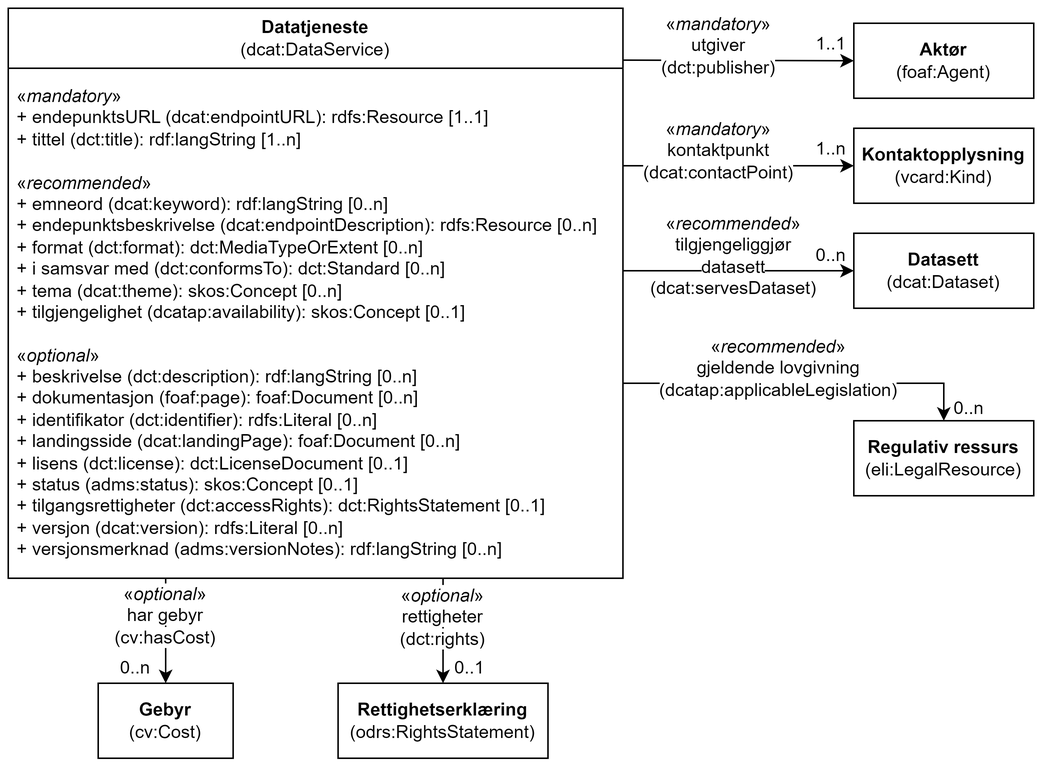
Informasjonsforvaltning/dcat-ap-no keeps this draw.io diagram as docs/images/Klassen-Datatjeneste.png. Above is the earlier version. Source tidied: cells renumbered, new cells last; positions are measured from the earlier drawing's top-left corner, leaving out a move shared by most shapes.
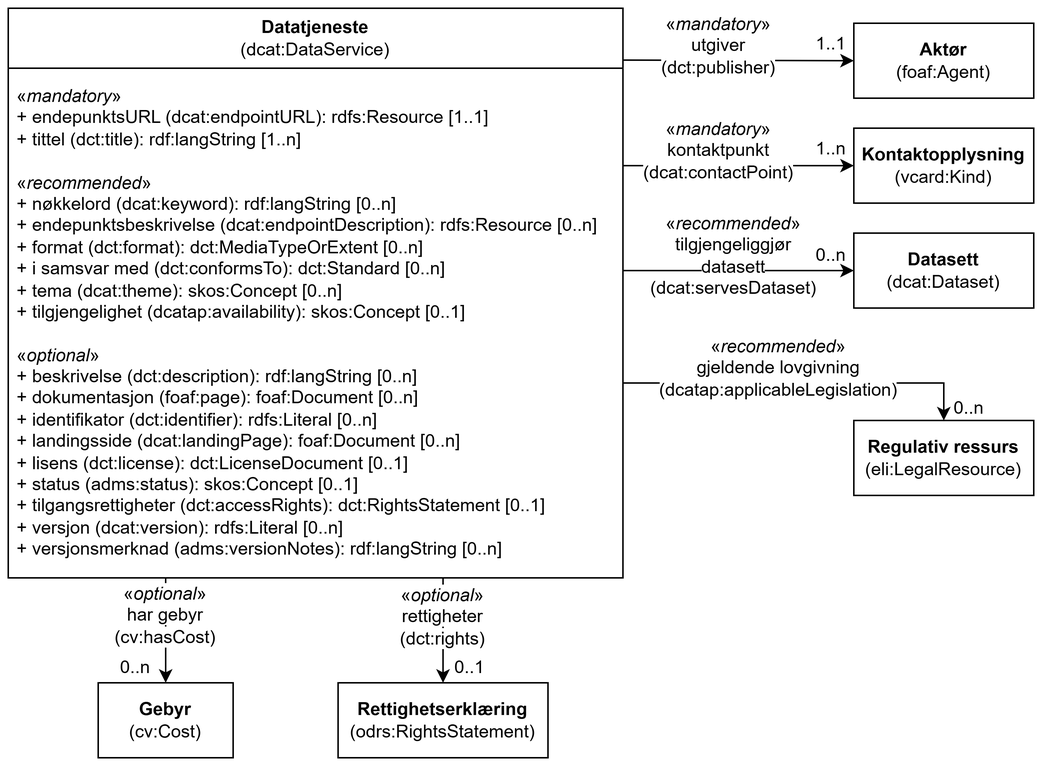
After the change.

Commit message:
"emneord" -> "Nøkkelord" i tegningene også

Change to the diagram source:
```diff
@@ -8,7 +8,7 @@
     <mxCell id="3" value="Datatjeneste&lt;br&gt;&lt;span style=&quot;font-weight: normal;&quot;&gt;(dcat:DataService)&lt;/span&gt;" style="swimlane;whiteSpace=wrap;html=1;startSize=40;" parent="1" vertex="1">
       <mxGeometry width="410" height="380" as="geometry" />
     </mxCell>
-    <mxCell id="4" value="«&lt;i style=&quot;&quot;&gt;mandatory&lt;/i&gt;»&lt;br&gt;&lt;div&gt;+ endepunktsURL (dcat:endpointURL): rdfs:Resource [1..1]&lt;/div&gt;&lt;div&gt;+ tittel (dct:title): rdf:langString [1..n]&lt;br&gt;&lt;/div&gt;&lt;div&gt;&lt;br&gt;&lt;/div&gt;&lt;div&gt;&lt;div style=&quot;border-color: var(--border-color);&quot;&gt;«&lt;i style=&quot;border-color: var(--border-color);&quot;&gt;recommended&lt;/i&gt;»&lt;/div&gt;&lt;div style=&quot;border-color: var(--border-color);&quot;&gt;+ emneord (dcat:keyword):&amp;nbsp;rdf:langString&amp;nbsp;[0..n]&lt;br&gt;&lt;/div&gt;&lt;div style=&quot;border-color: var(--border-color);&quot;&gt;+ endepunktsbeskrivelse (dcat:endpointDescription): rdfs:Resource [0..n]&lt;/div&gt;&lt;div style=&quot;border-color: var(--border-color);&quot;&gt;+ format (dct:format): dct:MediaTypeOrExtent [0..n]&lt;/div&gt;&lt;div style=&quot;border-color: var(--border-color);&quot;&gt;+ i samsvar med (dct:conformsTo): dct:Standard [0..n]&lt;br&gt;&lt;/div&gt;&lt;/div&gt;&lt;div style=&quot;border-color: var(--border-color);&quot;&gt;+ tema (dcat:theme): skos:Concept [0..n]&lt;br&gt;&lt;/div&gt;&lt;div style=&quot;border-color: var(--border-color);&quot;&gt;+ tilgjengelighet (dcatap:availability): skos:Concept [0..1]&lt;br&gt;&lt;/div&gt;&lt;div style=&quot;border-color: var(--border-color);&quot;&gt;&lt;br&gt;&lt;/div&gt;&lt;div style=&quot;border-color: var(--border-color);&quot;&gt;&lt;div style=&quot;border-color: var(--border-color);&quot;&gt;«&lt;i style=&quot;border-color: var(--border-color);&quot;&gt;optional&lt;/i&gt;»&lt;/div&gt;&lt;div style=&quot;border-color: var(--border-color);&quot;&gt;+ beskrivelse (dct:description):&amp;nbsp;rdf:langString&amp;nbsp;[0..n]&lt;/div&gt;&lt;div style=&quot;border-color: var(--border-color);&quot;&gt;+&amp;nbsp;&lt;span style=&quot;border-color: var(--border-color);&quot;&gt;dokumentasjon (foaf:page): foaf:Document [0..n]&lt;/span&gt;&lt;br&gt;&lt;/div&gt;&lt;div&gt;+ identifikator (dct:identifier): rdfs:Literal [0..n]&lt;/div&gt;&lt;div style=&quot;border-color: var(--border-color);&quot;&gt;+ landingsside (dcat:landingPage): foaf:Document [0..n]&lt;br&gt;&lt;/div&gt;&lt;div style=&quot;border-color: var(--border-color);&quot;&gt;+ lisens (dct:license): dct:LicenseDocument [0..1]&lt;/div&gt;&lt;div style=&quot;border-color: var(--border-color);&quot;&gt;+ status (adms:status): skos:Concept [0..1]&lt;/div&gt;&lt;div style=&quot;border-color: var(--border-color);&quot;&gt;+ tilgangsrettigheter (dct:accessRights): dct:RightsStatement [0..1]&lt;/div&gt;&lt;div style=&quot;border-color: var(--border-color);&quot;&gt;+ versjon (dcat:version): rdfs:Literal [0..n]&lt;br style=&quot;border-color: var(--border-color);&quot;&gt;+ versjonsmerknad (adms:versionNotes):&amp;nbsp;rdf:langString&amp;nbsp;[0..n]&lt;br&gt;&lt;/div&gt;&lt;/div&gt;" style="text;strokeColor=none;fillColor=none;align=left;verticalAlign=top;spacingLeft=4;spacingRight=4;overflow=hidden;whiteSpace=wrap;html=1;fontStyle=0;" parent="3" vertex="1">
+    <mxCell id="4" value="«&lt;i style=&quot;&quot;&gt;mandatory&lt;/i&gt;»&lt;br&gt;&lt;div&gt;+ endepunktsURL (dcat:endpointURL): rdfs:Resource [1..1]&lt;/div&gt;&lt;div&gt;+ tittel (dct:title): rdf:langString [1..n]&lt;br&gt;&lt;/div&gt;&lt;div&gt;&lt;br&gt;&lt;/div&gt;&lt;div&gt;&lt;div style=&quot;border-color: var(--border-color);&quot;&gt;«&lt;i style=&quot;border-color: var(--border-color);&quot;&gt;recommended&lt;/i&gt;»&lt;/div&gt;&lt;div style=&quot;border-color: var(--border-color);&quot;&gt;+ nøkkelord (dcat:keyword):&amp;nbsp;rdf:langString&amp;nbsp;[0..n]&lt;br&gt;&lt;/div&gt;&lt;div style=&quot;border-color: var(--border-color);&quot;&gt;+ endepunktsbeskrivelse (dcat:endpointDescription): rdfs:Resource [0..n]&lt;/div&gt;&lt;div style=&quot;border-color: var(--border-color);&quot;&gt;+ format (dct:format): dct:MediaTypeOrExtent [0..n]&lt;/div&gt;&lt;div style=&quot;border-color: var(--border-color);&quot;&gt;+ i samsvar med (dct:conformsTo): dct:Standard [0..n]&lt;br&gt;&lt;/div&gt;&lt;/div&gt;&lt;div style=&quot;border-color: var(--border-color);&quot;&gt;+ tema (dcat:theme): skos:Concept [0..n]&lt;br&gt;&lt;/div&gt;&lt;div style=&quot;border-color: var(--border-color);&quot;&gt;+ tilgjengelighet (dcatap:availability): skos:Concept [0..1]&lt;br&gt;&lt;/div&gt;&lt;div style=&quot;border-color: var(--border-color);&quot;&gt;&lt;br&gt;&lt;/div&gt;&lt;div style=&quot;border-color: var(--border-color);&quot;&gt;&lt;div style=&quot;border-color: var(--border-color);&quot;&gt;«&lt;i style=&quot;border-color: var(--border-color);&quot;&gt;optional&lt;/i&gt;»&lt;/div&gt;&lt;div style=&quot;border-color: var(--border-color);&quot;&gt;+ beskrivelse (dct:description):&amp;nbsp;rdf:langString&amp;nbsp;[0..n]&lt;/div&gt;&lt;div style=&quot;border-color: var(--border-color);&quot;&gt;+&amp;nbsp;&lt;span style=&quot;border-color: var(--border-color);&quot;&gt;dokumentasjon (foaf:page): foaf:Document [0..n]&lt;/span&gt;&lt;br&gt;&lt;/div&gt;&lt;div&gt;+ identifikator (dct:identifier): rdfs:Literal [0..n]&lt;/div&gt;&lt;div style=&quot;border-color: var(--border-color);&quot;&gt;+ landingsside (dcat:landingPage): foaf:Document [0..n]&lt;br&gt;&lt;/div&gt;&lt;div style=&quot;border-color: var(--border-color);&quot;&gt;+ lisens (dct:license): dct:LicenseDocument [0..1]&lt;/div&gt;&lt;div style=&quot;border-color: var(--border-color);&quot;&gt;+ status (adms:status): skos:Concept [0..1]&lt;/div&gt;&lt;div style=&quot;border-color: var(--border-color);&quot;&gt;+ tilgangsrettigheter (dct:accessRights): dct:RightsStatement [0..1]&lt;/div&gt;&lt;div style=&quot;border-color: var(--border-color);&quot;&gt;+ versjon (dcat:version): rdfs:Literal [0..n]&lt;br style=&quot;border-color: var(--border-color);&quot;&gt;+ versjonsmerknad (adms:versionNotes):&amp;nbsp;rdf:langString&amp;nbsp;[0..n]&lt;br&gt;&lt;/div&gt;&lt;/div&gt;" style="text;strokeColor=none;fillColor=none;align=left;verticalAlign=top;spacingLeft=4;spacingRight=4;overflow=hidden;whiteSpace=wrap;html=1;fontStyle=0;" parent="3" vertex="1">
       <mxGeometry y="45" width="430" height="325" as="geometry" />
     </mxCell>
     <mxCell id="5" value="&lt;b&gt;Aktør&lt;br&gt;&lt;/b&gt;(foaf:Agent)" style="rounded=0;whiteSpace=wrap;html=1;" parent="1" vertex="1">
```
